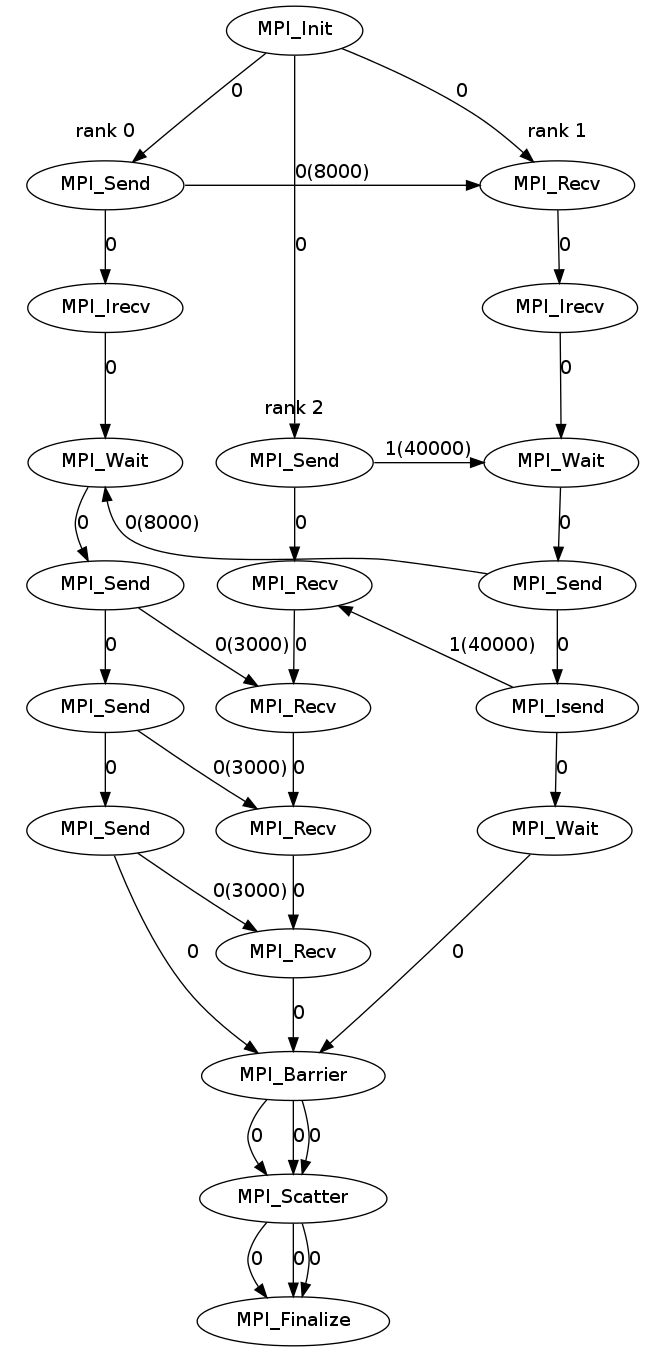
This is profiler/graph.png from imsure/mpi-profiler, a Graphviz export, as it was before one commit. Its source is kept beside it as profiler/graph.dot.
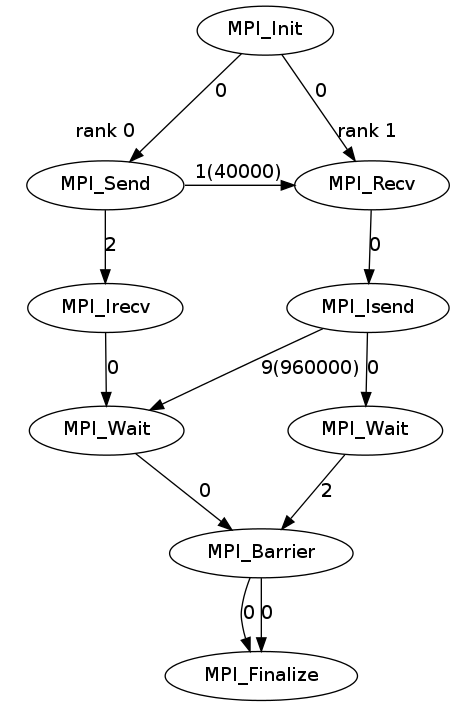
After the commit.

The edit, as a diff of the source:
```diff
@@ -3,69 +3,32 @@
 	MPI_Send_0_0 [label="MPI_Send"];
 	MPI_Irecv_0_1 [label="MPI_Irecv"];
 	MPI_Wait_0_2 [label="MPI_Wait"];
-	MPI_Send_0_3 [label="MPI_Send"];
-	MPI_Send_0_4 [label="MPI_Send"];
-	MPI_Send_0_5 [label="MPI_Send"];
 	MPI_Barrier_0 [label="MPI_Barrier"];
-	MPI_Scatter_1 [label="MPI_Scatter"];
 	MPI_Finalize [label="MPI_Finalize"];
 	MPI_Recv_1_0 [label="MPI_Recv"];
-	MPI_Irecv_1_1 [label="MPI_Irecv"];
+	MPI_Isend_1_1 [label="MPI_Isend"];
 	MPI_Wait_1_2 [label="MPI_Wait"];
-	MPI_Send_1_3 [label="MPI_Send"];
-	MPI_Isend_1_4 [label="MPI_Isend"];
-	MPI_Wait_1_5 [label="MPI_Wait"];
-	MPI_Send_2_0 [label="MPI_Send"];
-	MPI_Recv_2_1 [label="MPI_Recv"];
-	MPI_Recv_2_2 [label="MPI_Recv"];
-	MPI_Recv_2_3 [label="MPI_Recv"];
-	MPI_Recv_2_4 [label="MPI_Recv"];
 
 	subgraph cluster_0 {
 		label = "rank 0"
 		color = white
-		MPI_Send_0_0 -> MPI_Irecv_0_1 [label=0];
+		MPI_Send_0_0 -> MPI_Irecv_0_1 [label=2];
 		MPI_Irecv_0_1 -> MPI_Wait_0_2 [label=0];
-		MPI_Wait_0_2 -> MPI_Send_0_3 [label=0];
-		MPI_Send_0_3 -> MPI_Send_0_4 [label=0];
-		MPI_Send_0_4 -> MPI_Send_0_5 [label=0];
 	}
 	subgraph cluster_1 {
 		label = "rank 1"
 		color = white
-		MPI_Recv_1_0 -> MPI_Irecv_1_1 [label=0];
-		MPI_Irecv_1_1 -> MPI_Wait_1_2 [label=0];
-		MPI_Wait_1_2 -> MPI_Send_1_3 [label=0];
-		MPI_Send_1_3 -> MPI_Isend_1_4 [label=0];
-		MPI_Isend_1_4 -> MPI_Wait_1_5 [label=0];
-	}
-	subgraph cluster_2 {
-		label = "rank 2"
-		color = white
-		MPI_Send_2_0 -> MPI_Recv_2_1 [label=0];
-		MPI_Recv_2_1 -> MPI_Recv_2_2 [label=0];
-		MPI_Recv_2_2 -> MPI_Recv_2_3 [label=0];
-		MPI_Recv_2_3 -> MPI_Recv_2_4 [label=0];
+		MPI_Recv_1_0 -> MPI_Isend_1_1 [label=0];
+		MPI_Isend_1_1 -> MPI_Wait_1_2 [label=0];
 	}
 
-	MPI_Send_0_0 -> MPI_Recv_1_0 [label="0(8000)"];
-	MPI_Send_0_3 -> MPI_Recv_2_2 [label="0(3000)"];
-	MPI_Send_0_4 -> MPI_Recv_2_3 [label="0(3000)"];
-	MPI_Send_0_5 -> MPI_Recv_2_4 [label="0(3000)"];
-	MPI_Send_1_3 -> MPI_Wait_0_2 [label="0(8000)"];
-	MPI_Isend_1_4 -> MPI_Recv_2_1 [label="1(40000)"];
-	MPI_Send_2_0 -> MPI_Wait_1_2 [label="1(40000)"];
+	MPI_Send_0_0 -> MPI_Recv_1_0 [label="1(40000)"];
+	MPI_Isend_1_1 -> MPI_Wait_0_2 [label="9(960000)"];
 
 	MPI_Init -> MPI_Send_0_0 [label=0];
-	MPI_Send_0_5 -> MPI_Barrier_0 [label=0];
-	MPI_Barrier_0 -> MPI_Scatter_1 [label=0];
-	MPI_Scatter_1 -> MPI_Finalize [label=0];
+	MPI_Wait_0_2 -> MPI_Barrier_0 [label=0];
+	MPI_Barrier_0 -> MPI_Finalize [label=0];
 	MPI_Init -> MPI_Recv_1_0 [label=0];
-	MPI_Wait_1_5 -> MPI_Barrier_0 [label=0];
-	MPI_Barrier_0 -> MPI_Scatter_1 [label=0];
-	MPI_Scatter_1 -> MPI_Finalize [label=0];
-	MPI_Init -> MPI_Send_2_0 [label=0];
-	MPI_Recv_2_4 -> MPI_Barrier_0 [label=0];
-	MPI_Barrier_0 -> MPI_Scatter_1 [label=0];
-	MPI_Scatter_1 -> MPI_Finalize [label=0];
+	MPI_Wait_1_2 -> MPI_Barrier_0 [label=2];
+	MPI_Barrier_0 -> MPI_Finalize [label=0];
 }
```
